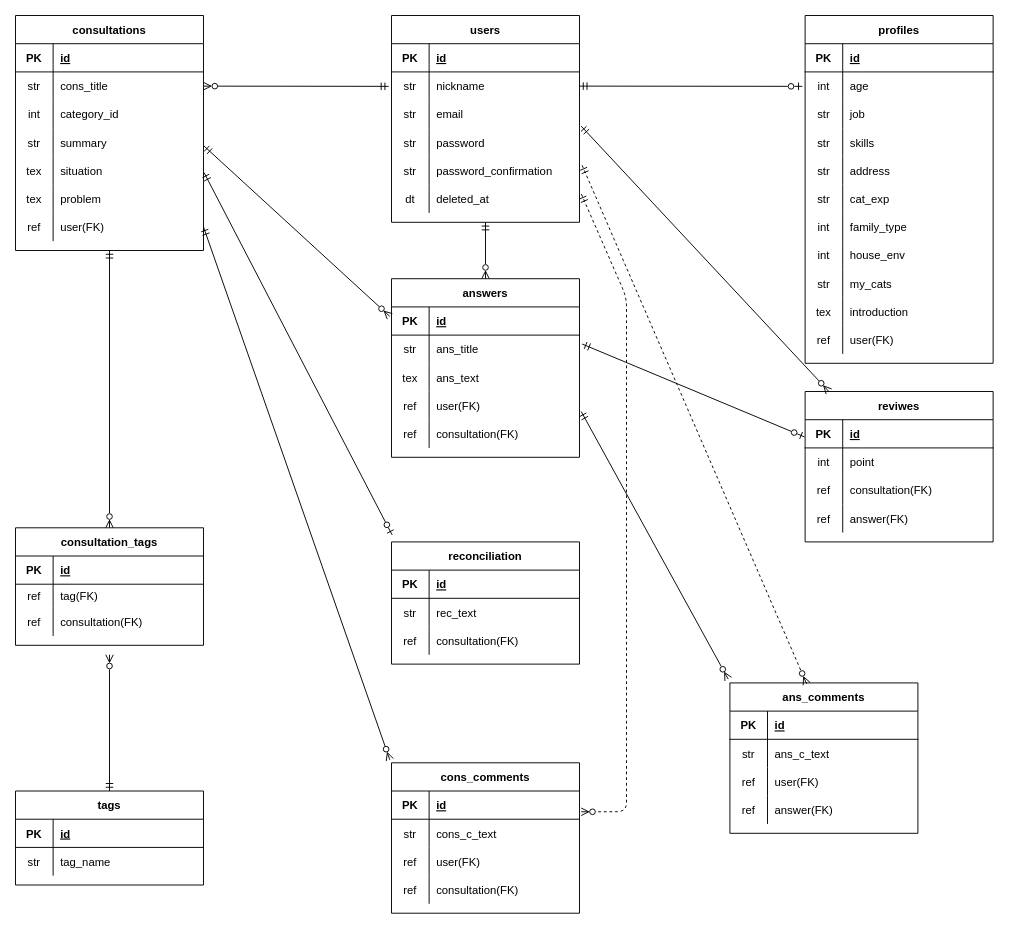
Earlier version of the draw.io diagram entity_relationship.dio (tatsumiwa-pg/brtc). Source tidied: cells renumbered, new cells numbered last; positions are measured from the earlier drawing's top-left corner, leaving out a move shared by most shapes. Both pictures are drawn from the tidied source at 94%, with x=0, y=0 at pixel (15, 15).
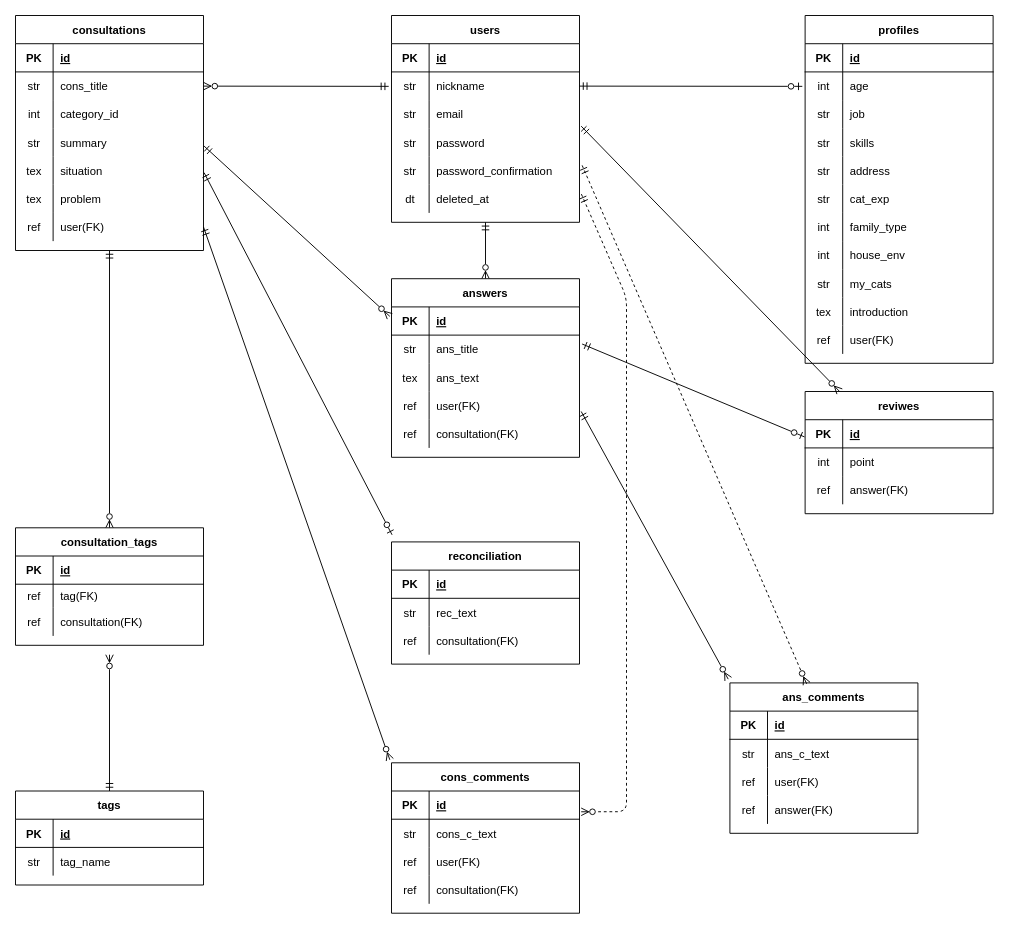
The same diagram, later.

What changed in the source:
```diff
@@
     <mxCell id="71" value="reviwes" style="shape=table;startSize=30;childLayout=tableLayout;rowLines=0;fontStyle=1;align=center;" parent="1" vertex="1">
-      <mxGeometry x="840" y="400" width="200" height="160" as="geometry" />
+      <mxGeometry x="840" y="400" width="200" height="130" as="geometry" />
     </mxCell>
@@
-    <mxCell id="78" style="shape=partialRectangle;fillColor=none;top=0;left=0;bottom=0;right=0;" parent="71" vertex="1">
-      <mxGeometry y="90" width="200" height="30" as="geometry" />
-    </mxCell>
-    <mxCell id="79" value="ref" style="shape=partialRectangle;fillColor=none;top=0;left=0;bottom=0;right=0;overflow=hidden;" parent="78" vertex="1">
-      <mxGeometry width="40" height="30" as="geometry" />
-    </mxCell>
-    <mxCell id="80" value="consultation(FK)" style="shape=partialRectangle;fillColor=none;top=0;left=0;bottom=0;right=0;align=left;spacingLeft=6;overflow=hidden;" parent="78" vertex="1">
-      <mxGeometry x="40" width="160" height="30" as="geometry" />
-    </mxCell>
     <mxCell id="81" style="shape=partialRectangle;fillColor=none;top=0;left=0;bottom=0;right=0;" parent="71" vertex="1">
-      <mxGeometry y="120" width="200" height="30" as="geometry" />
+      <mxGeometry y="90" width="200" height="30" as="geometry" />
     </mxCell>
```
